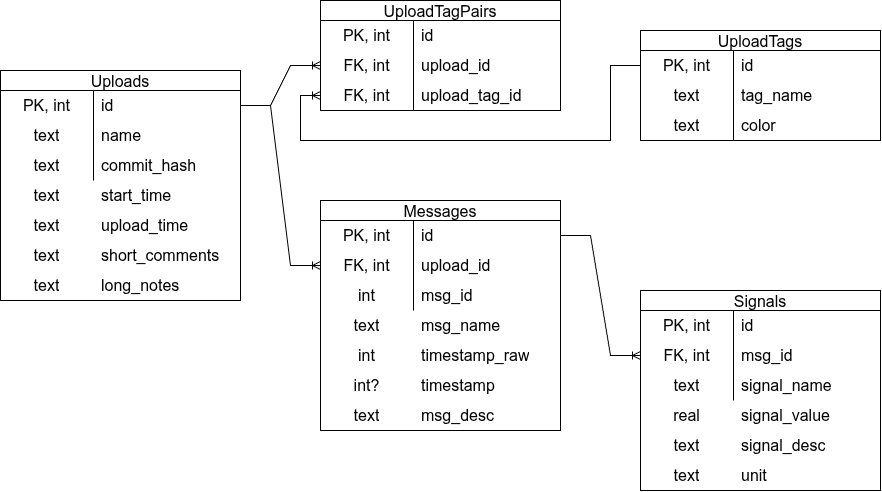
Above: daq/daqcloud_tables.drawio.png in PurdueElectricRacing/firmware (draw.io), before the change. Source tidied: cells renumbered, new cells last; positions are measured from the earlier drawing's top-left corner, leaving out a move shared by most shapes.
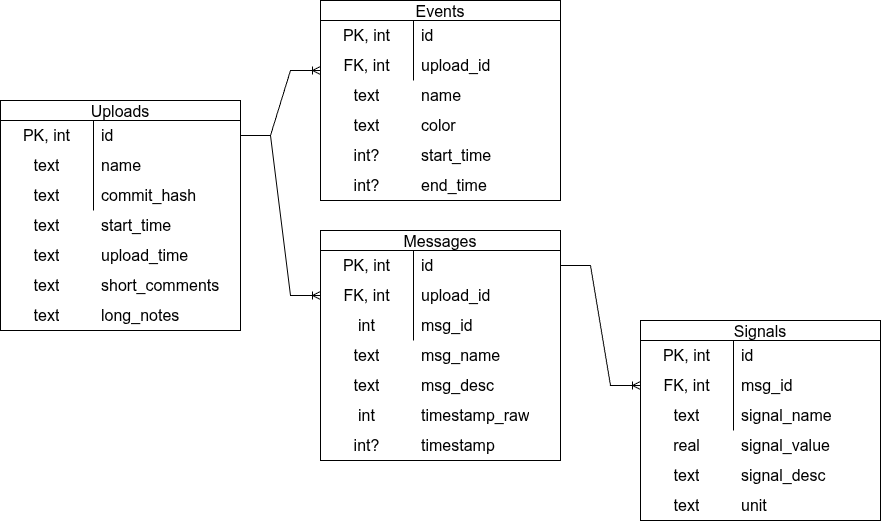
Above is the later version.

Commit message:
event is start/end time instead of many to many against uploads

Diff of the diagram source:
```diff
@@ -80,55 +80,25 @@
       <mxGeometry x="93" width="147" height="30" as="geometry" />
     </mxCell>
     <mxCell id="27" value="int" style="shape=partialRectangle;html=1;whiteSpace=wrap;fillColor=none;top=0;left=0;bottom=0;right=0;overflow=hidden;strokeColor=inherit;fontSize=16;" parent="1" vertex="1">
-      <mxGeometry x="320" y="340" width="93" height="30" as="geometry" />
+      <mxGeometry x="320" y="370" width="93" height="30" as="geometry" />
     </mxCell>
     <mxCell id="28" value="timestamp_raw" style="shape=partialRectangle;html=1;whiteSpace=wrap;fillColor=none;top=0;left=0;bottom=0;right=0;align=left;spacingLeft=6;overflow=hidden;strokeColor=inherit;fontSize=16;" parent="1" vertex="1">
-      <mxGeometry x="413" y="340" width="147" height="30" as="geometry" />
+      <mxGeometry x="413" y="370" width="147" height="30" as="geometry" />
     </mxCell>
     <mxCell id="29" value="int?" style="shape=partialRectangle;html=1;whiteSpace=wrap;fillColor=none;top=0;left=0;bottom=0;right=0;overflow=hidden;strokeColor=inherit;fontSize=16;" parent="1" vertex="1">
-      <mxGeometry x="320" y="370" width="93" height="30" as="geometry" />
+      <mxGeometry x="320" y="400" width="93" height="30" as="geometry" />
     </mxCell>
     <mxCell id="30" value="timestamp" style="shape=partialRectangle;html=1;whiteSpace=wrap;fillColor=none;top=0;left=0;bottom=0;right=0;align=left;spacingLeft=6;overflow=hidden;strokeColor=inherit;fontSize=16;" parent="1" vertex="1">
-      <mxGeometry x="413" y="370" width="147" height="30" as="geometry" />
+      <mxGeometry x="413" y="400" width="147" height="30" as="geometry" />
     </mxCell>
     <mxCell id="31" value="text" style="shape=partialRectangle;html=1;whiteSpace=wrap;fillColor=none;top=0;left=0;bottom=0;right=0;overflow=hidden;strokeColor=inherit;fontSize=16;" parent="1" vertex="1">
-      <mxGeometry x="320" y="400" width="93" height="30" as="geometry" />
+      <mxGeometry x="320" y="340" width="93" height="30" as="geometry" />
     </mxCell>
     <mxCell id="32" value="msg_desc" style="shape=partialRectangle;html=1;whiteSpace=wrap;fillColor=none;top=0;left=0;bottom=0;right=0;align=left;spacingLeft=6;overflow=hidden;strokeColor=inherit;fontSize=16;" parent="1" vertex="1">
-      <mxGeometry x="413" y="400" width="147" height="30" as="geometry" />
+      <mxGeometry x="413" y="340" width="147" height="30" as="geometry" />
     </mxCell>
-    <mxCell id="33" value="UploadTagPairs" style="shape=table;startSize=20;rowLines=0;fontStyle=0;strokeColor=default;fontSize=16;" parent="1" vertex="1">
-      <mxGeometry x="320" width="240" height="110" as="geometry" />
-    </mxCell>
-    <mxCell id="34" style="shape=tableRow;horizontal=0;startSize=0;swimlaneHead=0;swimlaneBody=0;top=0;left=0;bottom=0;right=0;fillColor=none;strokeColor=inherit;fontSize=16;" parent="33" vertex="1">
-      <mxGeometry y="20" width="240" height="30" as="geometry" />
-    </mxCell>
-    <mxCell id="35" value="PK, int" style="shape=partialRectangle;html=1;whiteSpace=wrap;fillColor=none;top=0;left=0;bottom=0;right=0;overflow=hidden;strokeColor=inherit;fontSize=16;" parent="34" vertex="1">
-      <mxGeometry width="93" height="30" as="geometry" />
-    </mxCell>
-    <mxCell id="36" value="id" style="shape=partialRectangle;html=1;whiteSpace=wrap;fillColor=none;top=0;left=0;bottom=0;right=0;align=left;spacingLeft=6;overflow=hidden;strokeColor=inherit;fontSize=16;" parent="34" vertex="1">
-      <mxGeometry x="93" width="147" height="30" as="geometry" />
-    </mxCell>
-    <mxCell id="37" style="shape=tableRow;horizontal=0;startSize=0;swimlaneHead=0;swimlaneBody=0;top=0;left=0;bottom=0;right=0;fillColor=none;points=[[0,0.5],[1,0.5]];portConstraint=eastwest;strokeColor=inherit;fontSize=16;" parent="33" vertex="1">
-      <mxGeometry y="50" width="240" height="30" as="geometry" />
-    </mxCell>
-    <mxCell id="38" value="FK, int" style="shape=partialRectangle;html=1;whiteSpace=wrap;fillColor=none;top=0;left=0;bottom=0;right=0;overflow=hidden;strokeColor=inherit;fontSize=16;" parent="37" vertex="1">
-      <mxGeometry width="93" height="30" as="geometry" />
-    </mxCell>
-    <mxCell id="39" value="upload_id" style="shape=partialRectangle;html=1;whiteSpace=wrap;fillColor=none;top=0;left=0;bottom=0;right=0;align=left;spacingLeft=6;overflow=hidden;strokeColor=inherit;fontSize=16;" parent="37" vertex="1">
-      <mxGeometry x="93" width="147" height="30" as="geometry" />
-    </mxCell>
-    <mxCell id="40" style="shape=tableRow;horizontal=0;startSize=0;swimlaneHead=0;swimlaneBody=0;top=0;left=0;bottom=0;right=0;fillColor=none;points=[[0,0.5],[1,0.5]];portConstraint=eastwest;strokeColor=inherit;fontSize=16;" parent="33" vertex="1">
-      <mxGeometry y="80" width="240" height="30" as="geometry" />
-    </mxCell>
-    <mxCell id="41" value="FK, int" style="shape=partialRectangle;html=1;whiteSpace=wrap;fillColor=none;top=0;left=0;bottom=0;right=0;overflow=hidden;strokeColor=inherit;fontSize=16;" parent="40" vertex="1">
-      <mxGeometry width="93" height="30" as="geometry" />
-    </mxCell>
-    <mxCell id="42" value="upload_tag_id" style="shape=partialRectangle;html=1;whiteSpace=wrap;fillColor=none;top=0;left=0;bottom=0;right=0;align=left;spacingLeft=6;overflow=hidden;strokeColor=inherit;fontSize=16;" parent="40" vertex="1">
-      <mxGeometry x="93" width="147" height="30" as="geometry" />
-    </mxCell>
-    <mxCell id="43" value="UploadTags" style="shape=table;startSize=20;rowLines=0;fontStyle=0;strokeColor=default;fontSize=16;" parent="1" vertex="1">
-      <mxGeometry x="640" y="30" width="240" height="110" as="geometry" />
+    <mxCell id="43" value="Events" style="shape=table;startSize=20;rowLines=0;fontStyle=0;strokeColor=default;fontSize=16;" parent="1" vertex="1">
+      <mxGeometry x="320" y="-30" width="240" height="200" as="geometry" />
     </mxCell>
     <mxCell id="44" style="shape=tableRow;horizontal=0;startSize=0;swimlaneHead=0;swimlaneBody=0;top=0;left=0;bottom=0;right=0;fillColor=none;points=[[0,0.5],[1,0.5]];portConstraint=eastwest;strokeColor=inherit;fontSize=16;" parent="43" vertex="1">
       <mxGeometry y="20" width="240" height="30" as="geometry" />
@@ -142,33 +112,16 @@
     <mxCell id="47" style="shape=tableRow;horizontal=0;startSize=0;swimlaneHead=0;swimlaneBody=0;top=0;left=0;bottom=0;right=0;fillColor=none;strokeColor=inherit;fontSize=16;" parent="43" vertex="1">
       <mxGeometry y="50" width="240" height="30" as="geometry" />
     </mxCell>
-    <mxCell id="48" value="text" style="shape=partialRectangle;html=1;whiteSpace=wrap;fillColor=none;top=0;left=0;bottom=0;right=0;overflow=hidden;strokeColor=inherit;fontSize=16;" parent="47" vertex="1">
+    <mxCell id="48" style="shape=partialRectangle;html=1;whiteSpace=wrap;fillColor=none;top=0;left=0;bottom=0;right=0;overflow=hidden;strokeColor=inherit;fontSize=16;" parent="47" vertex="1">
       <mxGeometry width="93" height="30" as="geometry" />
     </mxCell>
-    <mxCell id="49" value="tag_name" style="shape=partialRectangle;html=1;whiteSpace=wrap;fillColor=none;top=0;left=0;bottom=0;right=0;align=left;spacingLeft=6;overflow=hidden;strokeColor=inherit;fontSize=16;" parent="47" vertex="1">
+    <mxCell id="49" style="shape=partialRectangle;html=1;whiteSpace=wrap;fillColor=none;top=0;left=0;bottom=0;right=0;align=left;spacingLeft=6;overflow=hidden;strokeColor=inherit;fontSize=16;" parent="47" vertex="1">
       <mxGeometry x="93" width="147" height="30" as="geometry" />
     </mxCell>
-    <mxCell id="50" style="shape=tableRow;horizontal=0;startSize=0;swimlaneHead=0;swimlaneBody=0;top=0;left=0;bottom=0;right=0;fillColor=none;strokeColor=inherit;fontSize=16;" parent="43" vertex="1">
-      <mxGeometry y="80" width="240" height="30" as="geometry" />
-    </mxCell>
-    <mxCell id="51" value="text" style="shape=partialRectangle;html=1;whiteSpace=wrap;fillColor=none;top=0;left=0;bottom=0;right=0;overflow=hidden;strokeColor=inherit;fontSize=16;" parent="50" vertex="1">
-      <mxGeometry width="93" height="30" as="geometry" />
-    </mxCell>
-    <mxCell id="52" value="color" style="shape=partialRectangle;html=1;whiteSpace=wrap;fillColor=none;top=0;left=0;bottom=0;right=0;align=left;spacingLeft=6;overflow=hidden;strokeColor=inherit;fontSize=16;" parent="50" vertex="1">
-      <mxGeometry x="93" width="147" height="30" as="geometry" />
-    </mxCell>
-    <mxCell id="53" style="edgeStyle=orthogonalEdgeStyle;fontSize=12;html=1;endArrow=ERoneToMany;rounded=0;entryX=0;entryY=0.5;entryDx=0;entryDy=0;exitX=0;exitY=0.5;exitDx=0;exitDy=0;" parent="1" edge="1" source="44" target="40">
-      <mxGeometry relative="1" as="geometry">
-        <Array as="points">
-          <mxPoint x="610" y="65" />
-          <mxPoint x="610" y="140" />
-          <mxPoint x="300" y="140" />
-          <mxPoint x="300" y="95" />
-        </Array>
-      </mxGeometry>
-    </mxCell>
-    <mxCell id="54" style="edgeStyle=entityRelationEdgeStyle;fontSize=12;html=1;endArrow=ERoneToMany;rounded=0;exitX=1;exitY=0.5;exitDx=0;exitDy=0;entryX=0;entryY=0.5;entryDx=0;entryDy=0;" parent="1" edge="1" source="3" target="37">
-      <mxGeometry relative="1" as="geometry" />
+    <mxCell id="54" style="edgeStyle=entityRelationEdgeStyle;fontSize=12;html=1;endArrow=ERoneToMany;rounded=0;exitX=1;exitY=0.5;exitDx=0;exitDy=0;" parent="1" edge="1" source="3">
+      <mxGeometry relative="1" as="geometry">
+        <mxPoint x="320" y="40" as="targetPoint" />
+      </mxGeometry>
     </mxCell>
     <mxCell id="55" value="text" style="shape=partialRectangle;html=1;whiteSpace=wrap;fillColor=none;top=0;left=0;bottom=0;right=0;overflow=hidden;strokeColor=inherit;fontSize=16;" parent="1" vertex="1">
       <mxGeometry x="320" y="310" width="93" height="30" as="geometry" />
@@ -239,5 +192,38 @@
     <mxCell id="77" value="long_notes" style="shape=partialRectangle;html=1;whiteSpace=wrap;fillColor=none;top=0;left=0;bottom=0;right=0;align=left;spacingLeft=6;overflow=hidden;strokeColor=inherit;fontSize=16;" parent="1" vertex="1">
       <mxGeometry x="93" y="270" width="147" height="30" as="geometry" />
     </mxCell>
+    <mxCell id="78" value="int?" style="shape=partialRectangle;html=1;whiteSpace=wrap;fillColor=none;top=0;left=0;bottom=0;right=0;overflow=hidden;strokeColor=inherit;fontSize=16;" parent="1" vertex="1">
+      <mxGeometry x="320" y="110" width="93" height="30" as="geometry" />
+    </mxCell>
+    <mxCell id="79" value="start_time" style="shape=partialRectangle;html=1;whiteSpace=wrap;fillColor=none;top=0;left=0;bottom=0;right=0;align=left;spacingLeft=6;overflow=hidden;strokeColor=inherit;fontSize=16;" parent="1" vertex="1">
+      <mxGeometry x="413" y="110" width="147" height="30" as="geometry" />
+    </mxCell>
+    <mxCell id="80" value="int?" style="shape=partialRectangle;html=1;whiteSpace=wrap;fillColor=none;top=0;left=0;bottom=0;right=0;overflow=hidden;strokeColor=inherit;fontSize=16;" parent="1" vertex="1">
+      <mxGeometry x="320" y="140" width="93" height="30" as="geometry" />
+    </mxCell>
+    <mxCell id="81" value="end_time" style="shape=partialRectangle;html=1;whiteSpace=wrap;fillColor=none;top=0;left=0;bottom=0;right=0;align=left;spacingLeft=6;overflow=hidden;strokeColor=inherit;fontSize=16;" parent="1" vertex="1">
+      <mxGeometry x="413" y="140" width="147" height="30" as="geometry" />
+    </mxCell>
+    <mxCell id="82" style="shape=tableRow;horizontal=0;startSize=0;swimlaneHead=0;swimlaneBody=0;top=0;left=0;bottom=0;right=0;fillColor=none;strokeColor=inherit;fontSize=16;" parent="1" vertex="1">
+      <mxGeometry x="320" y="80" width="240" height="30" as="geometry" />
+    </mxCell>
+    <mxCell id="51" value="text" style="shape=partialRectangle;html=1;whiteSpace=wrap;fillColor=none;top=0;left=0;bottom=0;right=0;overflow=hidden;strokeColor=inherit;fontSize=16;" parent="82" vertex="1">
+      <mxGeometry width="93" height="30" as="geometry" />
+    </mxCell>
+    <mxCell id="52" value="color" style="shape=partialRectangle;html=1;whiteSpace=wrap;fillColor=none;top=0;left=0;bottom=0;right=0;align=left;spacingLeft=6;overflow=hidden;strokeColor=inherit;fontSize=16;" parent="82" vertex="1">
+      <mxGeometry x="93" width="147" height="30" as="geometry" />
+    </mxCell>
+    <mxCell id="83" value="text" style="shape=partialRectangle;html=1;whiteSpace=wrap;fillColor=none;top=0;left=0;bottom=0;right=0;overflow=hidden;strokeColor=inherit;fontSize=16;" parent="1" vertex="1">
+      <mxGeometry x="320" y="50" width="93" height="30" as="geometry" />
+    </mxCell>
+    <mxCell id="84" value="name" style="shape=partialRectangle;html=1;whiteSpace=wrap;fillColor=none;top=0;left=0;bottom=0;right=0;align=left;spacingLeft=6;overflow=hidden;strokeColor=inherit;fontSize=16;" parent="1" vertex="1">
+      <mxGeometry x="413" y="50" width="147" height="30" as="geometry" />
+    </mxCell>
+    <mxCell id="85" value="FK, int" style="shape=partialRectangle;html=1;whiteSpace=wrap;fillColor=none;top=0;left=0;bottom=0;right=0;overflow=hidden;strokeColor=inherit;fontSize=16;" parent="1" vertex="1">
+      <mxGeometry x="320" y="20" width="93" height="30" as="geometry" />
+    </mxCell>
+    <mxCell id="39" value="upload_id" style="shape=partialRectangle;html=1;whiteSpace=wrap;fillColor=none;top=0;left=0;bottom=0;right=0;align=left;spacingLeft=6;overflow=hidden;strokeColor=inherit;fontSize=16;" parent="1" vertex="1">
+      <mxGeometry x="413" y="20" width="147" height="30" as="geometry" />
+    </mxCell>
   </root>
 </mxGraphModel>
```
